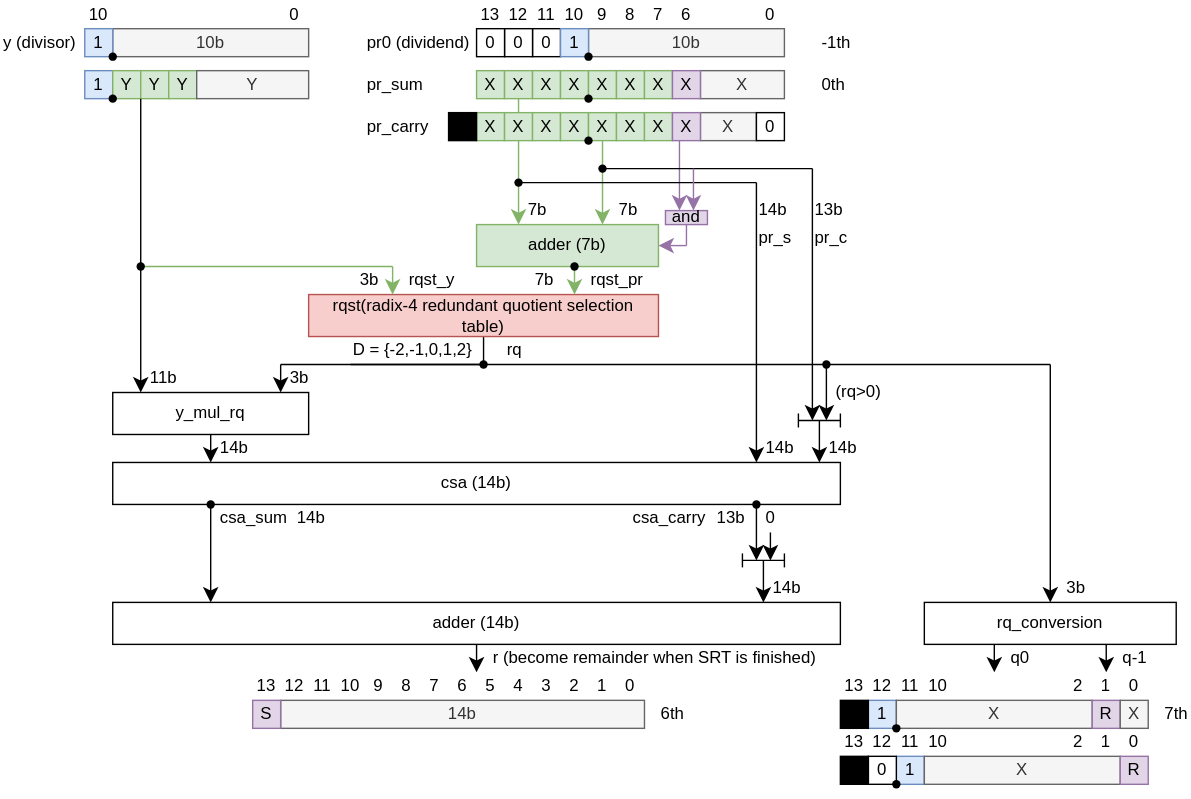
This is de/fpu/include_f16div/f16dsu_radix4_srt_div_uarch.svg from jnjnliwenjie0022/obs, a draw.io export, as it was before one commit. Source tidied: cells renumbered, new cells last; positions are measured from the earlier drawing's top-left corner, leaving out a move shared by most shapes.
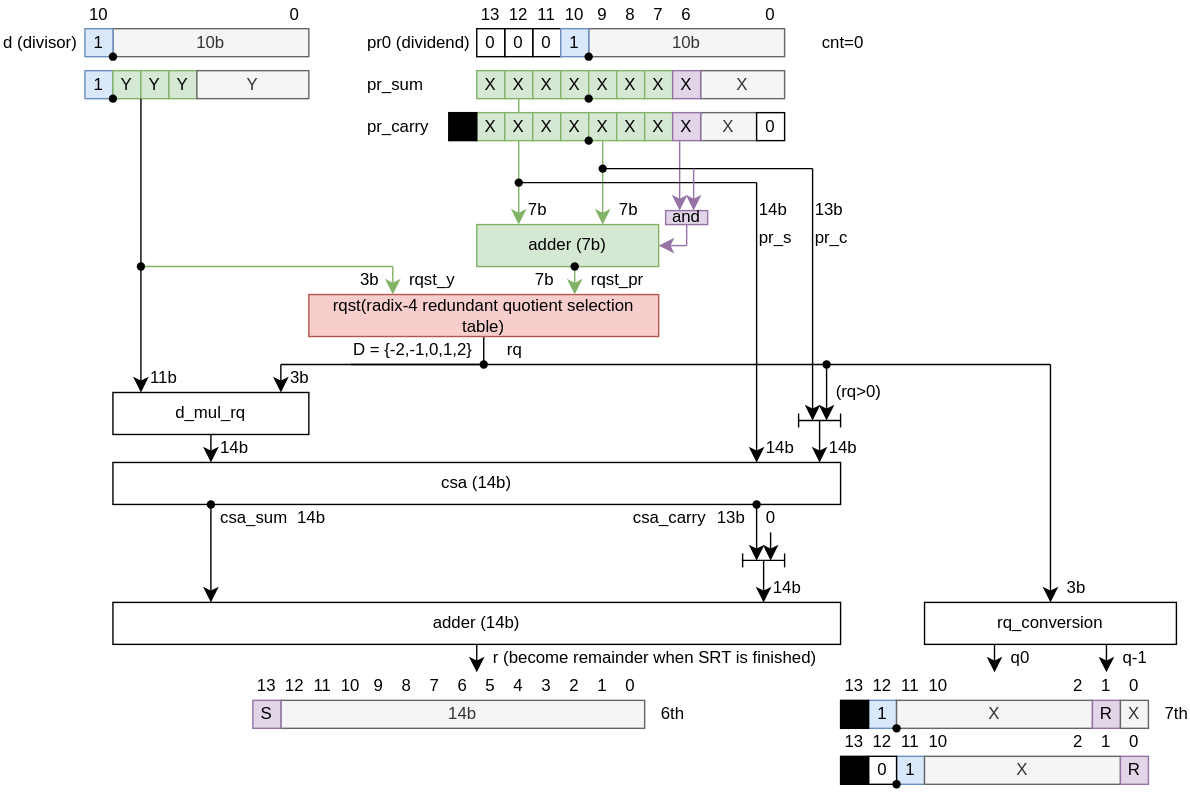
Above is the later version.

The edit, as a diff of the source:
```diff
@@ -18,7 +18,7 @@
         <mxPoint x="150" y="330" as="targetPoint" />
       </mxGeometry>
     </mxCell>
-    <mxCell id="5" value="y_mul_rq" style="whiteSpace=wrap;html=1;" parent="1" vertex="1">
+    <mxCell id="5" value="d_mul_rq" style="whiteSpace=wrap;html=1;" parent="1" vertex="1">
       <mxGeometry x="80" y="280" width="140" height="30" as="geometry" />
     </mxCell>
     <mxCell id="6" style="edgeStyle=none;curved=1;rounded=0;jettySize=auto;html=1;fontSize=12;startSize=8;endSize=8;endArrow=none;endFill=0;" parent="1" edge="1" source="7" target="80">
@@ -152,7 +152,7 @@
     <mxCell id="48" value="11" style="whiteSpace=wrap;html=1;fillColor=none;strokeColor=none;" parent="1" vertex="1">
       <mxGeometry x="380" width="20" height="20" as="geometry" />
     </mxCell>
-    <mxCell id="49" value="y (divisor)" style="whiteSpace=wrap;html=1;align=left;fillColor=none;strokeColor=none;" parent="1" vertex="1">
+    <mxCell id="49" value="d (divisor)" style="whiteSpace=wrap;html=1;align=left;fillColor=none;strokeColor=none;" parent="1" vertex="1">
       <mxGeometry y="20" width="60" height="20" as="geometry" />
     </mxCell>
     <mxCell id="50" value="1" style="whiteSpace=wrap;html=1;fillColor=#dae8fc;strokeColor=#6c8ebf;" parent="1" vertex="1">
@@ -460,12 +460,6 @@
     <mxCell id="133" value="7th" style="whiteSpace=wrap;html=1;align=left;fillColor=none;strokeColor=none;" parent="1" vertex="1">
       <mxGeometry x="830" y="500" width="20" height="20" as="geometry" />
     </mxCell>
-    <mxCell id="134" value="-1th" style="whiteSpace=wrap;html=1;align=left;fillColor=none;strokeColor=none;" parent="1" vertex="1">
-      <mxGeometry x="585" y="20" width="25" height="20" as="geometry" />
-    </mxCell>
-    <mxCell id="135" value="0th" style="whiteSpace=wrap;html=1;align=left;fillColor=none;strokeColor=none;" parent="1" vertex="1">
-      <mxGeometry x="585" y="50" width="25" height="20" as="geometry" />
-    </mxCell>
     <mxCell id="136" value="13b" style="whiteSpace=wrap;html=1;align=left;fillColor=none;strokeColor=none;" parent="1" vertex="1">
       <mxGeometry x="510" y="360" width="50" height="20" as="geometry" />
     </mxCell>
@@ -608,5 +602,8 @@
     <mxCell id="176" style="shape=waypoint;sketch=0;size=6;fillColor=none;perimeter=centerPerimeter;" parent="1" vertex="1">
       <mxGeometry x="630" y="550" width="20" height="20" as="geometry" />
     </mxCell>
+    <mxCell id="177" value="cnt=0" style="whiteSpace=wrap;html=1;align=left;fillColor=none;strokeColor=none;" parent="1" vertex="1">
+      <mxGeometry x="585" y="20" width="25" height="20" as="geometry" />
+    </mxCell>
   </root>
 </mxGraphModel>
```
